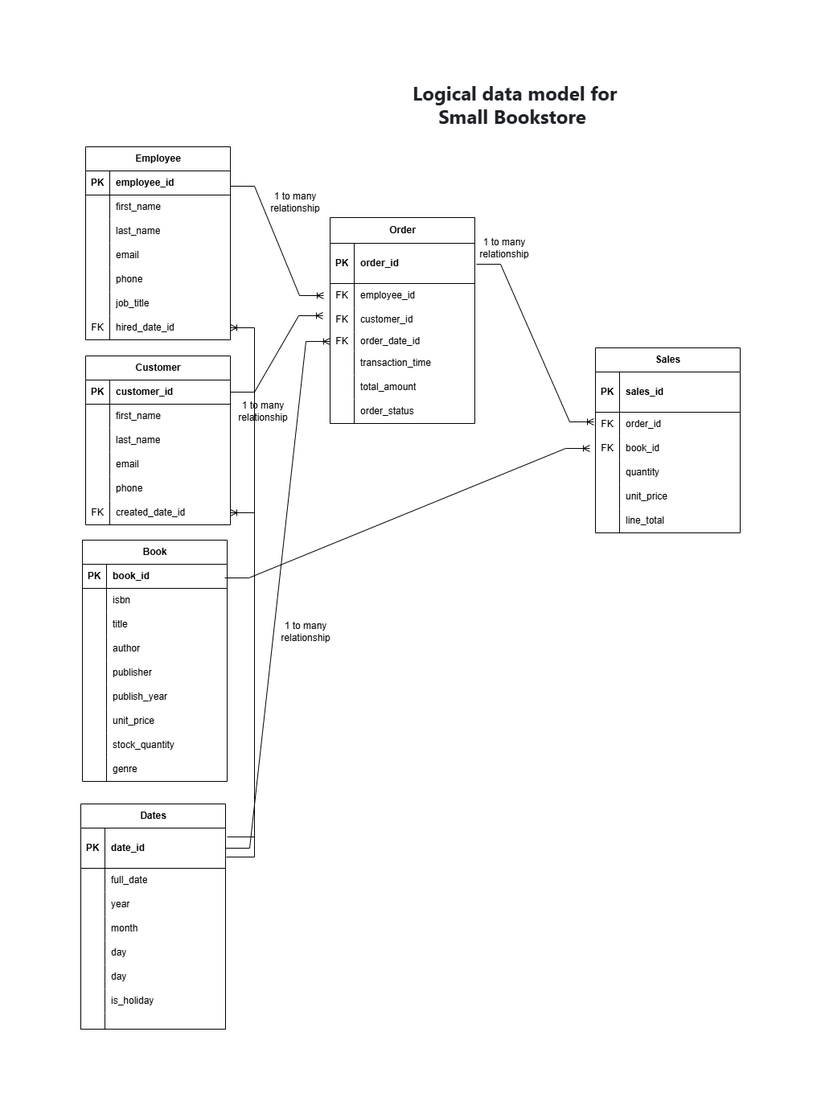
The draw.io diagram 02_activities/assignments/Cohort_8/LDM_Assignment2_employee_shift_table.png in Hema30-prog/sql, before a commit. Source tidied: cells renumbered, new cells last; positions are measured from the earlier drawing's top-left corner, leaving out a move shared by most shapes.
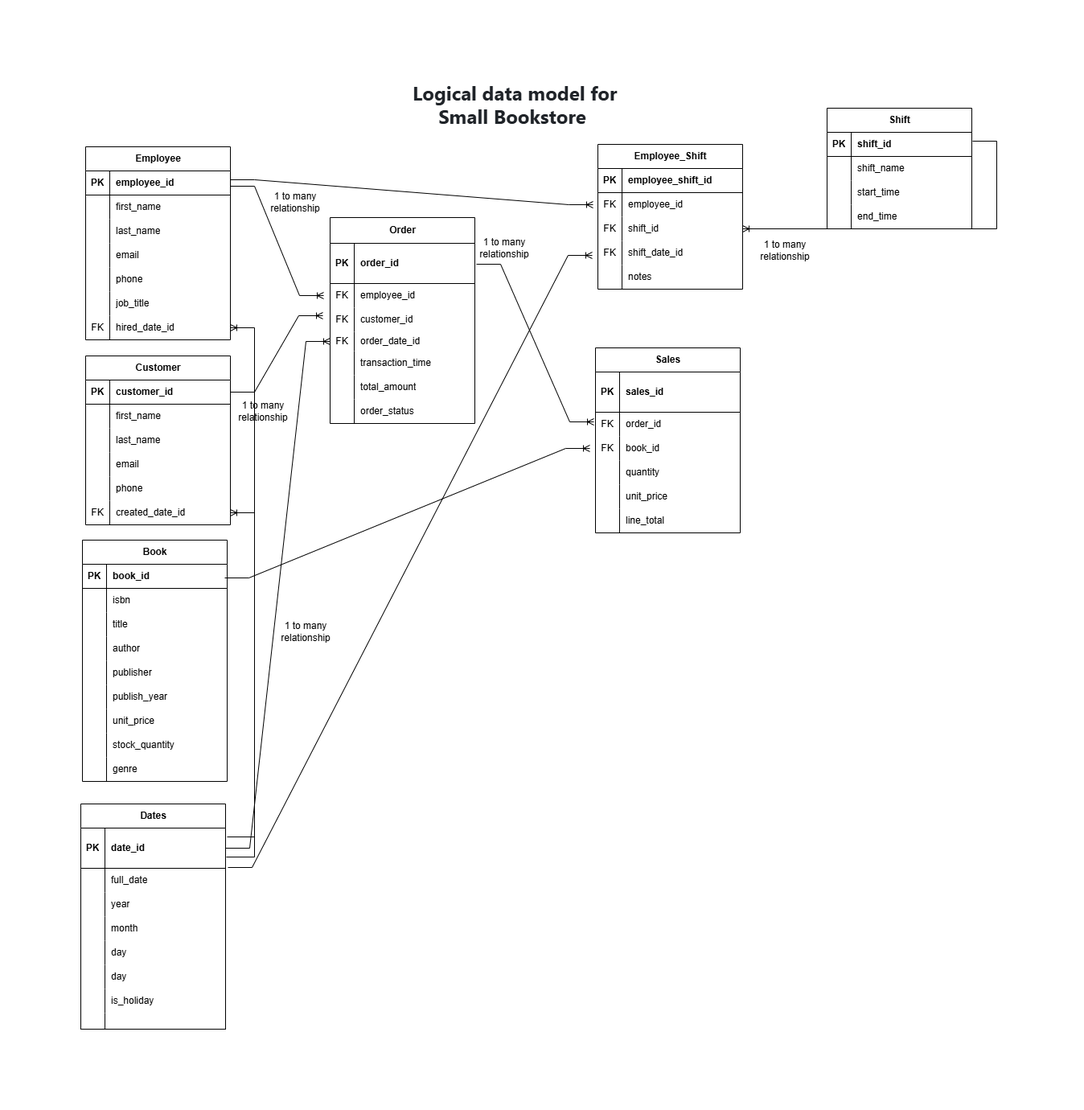
After the commit.

Commit message:
LDM with date and shift

What changed in the source:
```diff
@@ -456,5 +456,112 @@
         <mxPoint x="181" y="951" as="sourcePoint" />
       </mxGeometry>
     </mxCell>
+    <mxCell id="149" style="edgeStyle=entityRelationEdgeStyle;fontSize=12;html=1;endArrow=ERoneToMany;rounded=0;" parent="1" edge="1">
+      <mxGeometry relative="1" as="geometry">
+        <mxPoint x="186" y="109" as="sourcePoint" />
+        <mxPoint x="637" y="140" as="targetPoint" />
+      </mxGeometry>
+    </mxCell>
+    <mxCell id="150" value="Shift" style="shape=table;startSize=30;rowLines=0;fontStyle=1;align=center;html=1;" parent="1" vertex="1">
+      <mxGeometry x="928" y="20" width="180" height="150" as="geometry" />
+    </mxCell>
+    <mxCell id="151" style="shape=tableRow;horizontal=0;startSize=0;swimlaneHead=0;swimlaneBody=0;fillColor=none;top=0;left=0;right=0;bottom=1;" parent="150" vertex="1">
+      <mxGeometry y="30" width="180" height="30" as="geometry" />
+    </mxCell>
+    <mxCell id="152" value="PK" style="shape=partialRectangle;fillColor=none;top=0;left=0;bottom=0;right=0;fontStyle=1;overflow=hidden;whiteSpace=wrap;html=1;" parent="151" vertex="1">
+      <mxGeometry width="30" height="30" as="geometry" />
+    </mxCell>
+    <mxCell id="153" value="shift_id" style="shape=partialRectangle;fillColor=none;top=0;left=0;bottom=0;right=0;align=left;spacingLeft=6;fontStyle=1;overflow=hidden;whiteSpace=wrap;html=1;" parent="151" vertex="1">
+      <mxGeometry x="30" width="150" height="30" as="geometry" />
+    </mxCell>
+    <mxCell id="154" style="shape=tableRow;horizontal=0;startSize=0;swimlaneHead=0;swimlaneBody=0;fillColor=none;top=0;left=0;right=0;bottom=0;" parent="150" vertex="1">
+      <mxGeometry y="60" width="180" height="30" as="geometry" />
+    </mxCell>
+    <mxCell id="155" style="shape=partialRectangle;fillColor=none;top=0;left=0;bottom=0;right=0;overflow=hidden;whiteSpace=wrap;html=1;" parent="154" vertex="1">
+      <mxGeometry width="30" height="30" as="geometry" />
+    </mxCell>
+    <mxCell id="156" value="shift_name" style="shape=partialRectangle;fillColor=none;top=0;left=0;bottom=0;right=0;align=left;spacingLeft=6;overflow=hidden;whiteSpace=wrap;html=1;" parent="154" vertex="1">
+      <mxGeometry x="30" width="150" height="30" as="geometry" />
+    </mxCell>
+    <mxCell id="157" style="shape=tableRow;horizontal=0;startSize=0;swimlaneHead=0;swimlaneBody=0;fillColor=none;top=0;left=0;right=0;bottom=0;" parent="150" vertex="1">
+      <mxGeometry y="90" width="180" height="30" as="geometry" />
+    </mxCell>
+    <mxCell id="158" style="shape=partialRectangle;fillColor=none;top=0;left=0;bottom=0;right=0;overflow=hidden;whiteSpace=wrap;html=1;" parent="157" vertex="1">
+      <mxGeometry width="30" height="30" as="geometry" />
+    </mxCell>
+    <mxCell id="159" value="start_time" style="shape=partialRectangle;fillColor=none;top=0;left=0;bottom=0;right=0;align=left;spacingLeft=6;overflow=hidden;whiteSpace=wrap;html=1;" parent="157" vertex="1">
+      <mxGeometry x="30" width="150" height="30" as="geometry" />
+    </mxCell>
+    <mxCell id="160" style="shape=tableRow;horizontal=0;startSize=0;swimlaneHead=0;swimlaneBody=0;fillColor=none;top=0;left=0;right=0;bottom=0;" parent="150" vertex="1">
+      <mxGeometry y="120" width="180" height="30" as="geometry" />
+    </mxCell>
+    <mxCell id="161" style="shape=partialRectangle;fillColor=none;top=0;left=0;bottom=0;right=0;overflow=hidden;whiteSpace=wrap;html=1;" parent="160" vertex="1">
+      <mxGeometry width="30" height="30" as="geometry" />
+    </mxCell>
+    <mxCell id="162" value="end_time" style="shape=partialRectangle;fillColor=none;top=0;left=0;bottom=0;right=0;align=left;spacingLeft=6;overflow=hidden;whiteSpace=wrap;html=1;" parent="160" vertex="1">
+      <mxGeometry x="30" width="150" height="30" as="geometry" />
+    </mxCell>
+    <mxCell id="163" value="Employee_Shift" style="shape=table;startSize=30;rowLines=0;fontStyle=1;align=center;html=1;" parent="1" vertex="1">
+      <mxGeometry x="643" y="65" width="180" height="180" as="geometry" />
+    </mxCell>
+    <mxCell id="164" style="shape=tableRow;horizontal=0;startSize=0;swimlaneHead=0;swimlaneBody=0;fillColor=none;top=0;left=0;right=0;bottom=1;" parent="163" vertex="1">
+      <mxGeometry y="30" width="180" height="30" as="geometry" />
+    </mxCell>
+    <mxCell id="165" value="PK" style="shape=partialRectangle;fillColor=none;top=0;left=0;bottom=0;right=0;fontStyle=1;overflow=hidden;whiteSpace=wrap;html=1;" parent="164" vertex="1">
+      <mxGeometry width="30" height="30" as="geometry" />
+    </mxCell>
+    <mxCell id="166" value="employee_shift_id" style="shape=partialRectangle;fillColor=none;top=0;left=0;bottom=0;right=0;align=left;spacingLeft=6;fontStyle=1;overflow=hidden;whiteSpace=wrap;html=1;" parent="164" vertex="1">
+      <mxGeometry x="30" width="150" height="30" as="geometry" />
+    </mxCell>
+    <mxCell id="167" style="shape=tableRow;horizontal=0;startSize=0;swimlaneHead=0;swimlaneBody=0;fillColor=none;top=0;left=0;right=0;bottom=0;" parent="163" vertex="1">
+      <mxGeometry y="60" width="180" height="30" as="geometry" />
+    </mxCell>
+    <mxCell id="168" value="FK" style="shape=partialRectangle;fillColor=none;top=0;left=0;bottom=0;right=0;overflow=hidden;whiteSpace=wrap;html=1;" parent="167" vertex="1">
+      <mxGeometry width="30" height="30" as="geometry" />
+    </mxCell>
+    <mxCell id="169" value="employee_id" style="shape=partialRectangle;fillColor=none;top=0;left=0;bottom=0;right=0;align=left;spacingLeft=6;overflow=hidden;whiteSpace=wrap;html=1;" parent="167" vertex="1">
+      <mxGeometry x="30" width="150" height="30" as="geometry" />
+    </mxCell>
+    <mxCell id="170" style="shape=tableRow;horizontal=0;startSize=0;swimlaneHead=0;swimlaneBody=0;fillColor=none;points=[[0,0.5],[1,0.5]];portConstraint=eastwest;top=0;left=0;right=0;bottom=0;" parent="163" vertex="1">
+      <mxGeometry y="90" width="180" height="30" as="geometry" />
+    </mxCell>
+    <mxCell id="171" value="FK" style="shape=partialRectangle;fillColor=none;top=0;left=0;bottom=0;right=0;overflow=hidden;whiteSpace=wrap;html=1;" parent="170" vertex="1">
+      <mxGeometry width="30" height="30" as="geometry" />
+    </mxCell>
+    <mxCell id="172" value="shift_id" style="shape=partialRectangle;fillColor=none;top=0;left=0;bottom=0;right=0;align=left;spacingLeft=6;overflow=hidden;whiteSpace=wrap;html=1;" parent="170" vertex="1">
+      <mxGeometry x="30" width="150" height="30" as="geometry" />
+    </mxCell>
+    <mxCell id="173" style="shape=tableRow;horizontal=0;startSize=0;swimlaneHead=0;swimlaneBody=0;fillColor=none;top=0;left=0;right=0;bottom=0;" parent="163" vertex="1">
+      <mxGeometry y="120" width="180" height="30" as="geometry" />
+    </mxCell>
+    <mxCell id="174" value="FK" style="shape=partialRectangle;fillColor=none;top=0;left=0;bottom=0;right=0;overflow=hidden;whiteSpace=wrap;html=1;" parent="173" vertex="1">
+      <mxGeometry width="30" height="30" as="geometry" />
+    </mxCell>
+    <mxCell id="175" value="&lt;div&gt;shift_date_id&lt;/div&gt;" style="shape=partialRectangle;fillColor=none;top=0;left=0;bottom=0;right=0;align=left;spacingLeft=6;overflow=hidden;whiteSpace=wrap;html=1;" parent="173" vertex="1">
+      <mxGeometry x="30" width="150" height="30" as="geometry" />
+    </mxCell>
+    <mxCell id="176" style="shape=tableRow;horizontal=0;startSize=0;swimlaneHead=0;swimlaneBody=0;fillColor=none;top=0;left=0;right=0;bottom=0;" parent="163" vertex="1">
+      <mxGeometry y="150" width="180" height="30" as="geometry" />
+    </mxCell>
+    <mxCell id="177" style="shape=partialRectangle;fillColor=none;top=0;left=0;bottom=0;right=0;overflow=hidden;whiteSpace=wrap;html=1;" parent="176" vertex="1">
+      <mxGeometry width="30" height="30" as="geometry" />
+    </mxCell>
+    <mxCell id="178" value="notes" style="shape=partialRectangle;fillColor=none;top=0;left=0;bottom=0;right=0;align=left;spacingLeft=6;overflow=hidden;whiteSpace=wrap;html=1;" parent="176" vertex="1">
+      <mxGeometry x="30" width="150" height="30" as="geometry" />
+    </mxCell>
+    <mxCell id="179" value="1 to many relationship" style="text;html=1;whiteSpace=wrap;strokeColor=none;fillColor=none;align=center;verticalAlign=middle;rounded=0;" parent="1" vertex="1">
+      <mxGeometry x="831" y="182" width="90" height="30" as="geometry" />
+    </mxCell>
+    <mxCell id="180" style="edgeStyle=entityRelationEdgeStyle;fontSize=12;html=1;endArrow=ERoneToMany;rounded=0;" parent="1" edge="1" target="170">
+      <mxGeometry relative="1" as="geometry">
+        <mxPoint x="1109" y="61" as="sourcePoint" />
+      </mxGeometry>
+    </mxCell>
+    <mxCell id="181" style="edgeStyle=entityRelationEdgeStyle;fontSize=12;html=1;endArrow=ERoneToMany;rounded=0;" parent="1" edge="1">
+      <mxGeometry relative="1" as="geometry">
+        <mxPoint x="183" y="964" as="sourcePoint" />
+        <mxPoint x="636" y="203" as="targetPoint" />
+      </mxGeometry>
+    </mxCell>
   </root>
 </mxGraphModel>
```
